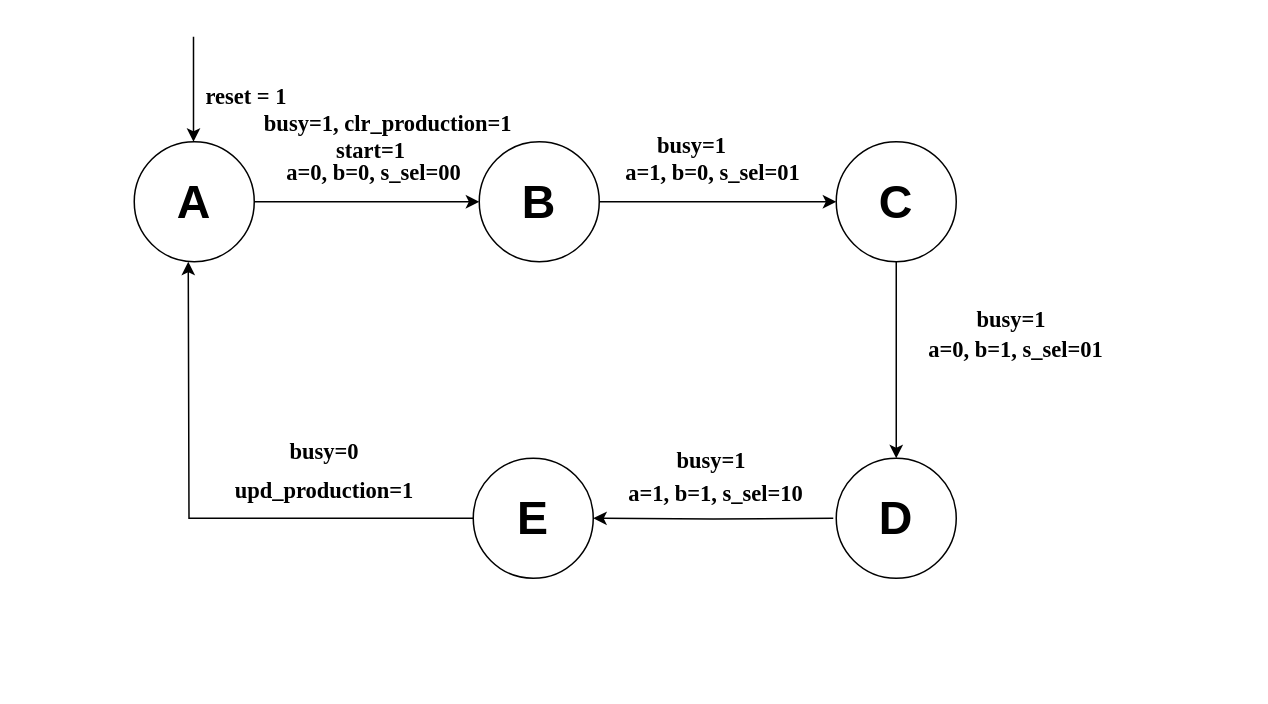
The draw.io diagram Untitled Diagram.drawio in YehonatanLA/digital_systems_sim2, before the edit. Source tidied: cells renumbered, new cells numbered last; positions are measured from the earlier drawing's top-left corner, leaving out a move shared by most shapes. Both pictures are drawn from the tidied source at 150%, with x=0, y=0 at pixel (126, 36).
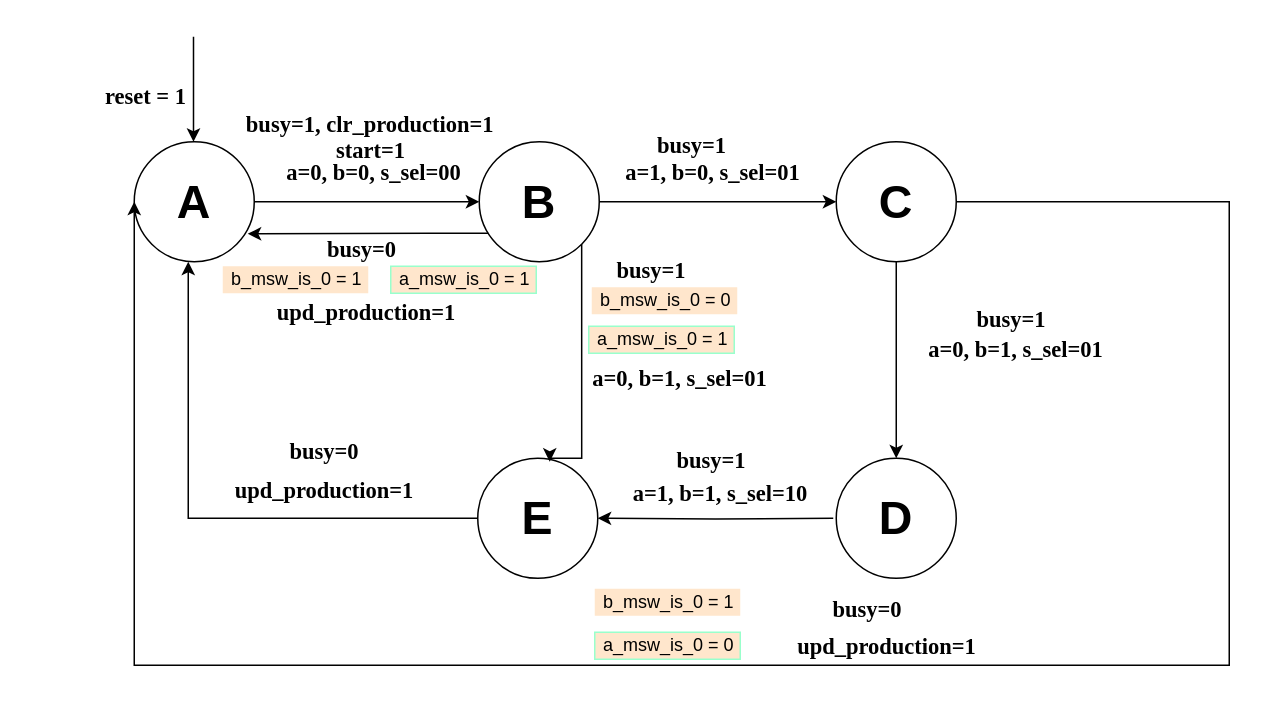
The same page after the edit.

Unchanged cells that the change refers to:
```xml
<mxCell id="6" value="&lt;h1 style=&quot;font-size: 31px&quot;&gt;A&lt;/h1&gt;" style="ellipse;whiteSpace=wrap;html=1;" parent="5" vertex="1">
  <mxGeometry width="80" height="80" as="geometry" />
</mxCell>
<mxCell id="15" value="&lt;h1 style=&quot;font-size: 31px&quot;&gt;B&lt;/h1&gt;" style="ellipse;whiteSpace=wrap;html=1;" parent="14" vertex="1">
  <mxGeometry width="80" height="80" as="geometry" />
</mxCell>
<mxCell id="26" value="&lt;h1 style=&quot;font-size: 31px&quot;&gt;E&lt;/h1&gt;" style="ellipse;whiteSpace=wrap;html=1;" parent="25" vertex="1">
  <mxGeometry width="80" height="80" as="geometry" />
</mxCell>
```

The edit, as a diff of the source:
```diff
@@
     <mxCell id="2" style="group;" parent="1" vertex="1">
-      <mxGeometry x="5" y="30" width="270" height="120" as="geometry" />
+      <mxGeometry x="5" y="30" width="270" height="192" as="geometry" />
     </mxCell>
@@
     <mxCell id="4" value="&lt;h1 style=&quot;font-size: 15px&quot;&gt;reset = 1&lt;/h1&gt;" style="text;html=1;strokeColor=none;fillColor=none;align=center;verticalAlign=middle;whiteSpace=wrap;rounded=0;fontFamily=Times New Roman;fontSize=31;rotation=0;" parent="2" vertex="1">
-      <mxGeometry x="-5" y="4" width="160" height="10" as="geometry" />
+      <mxGeometry x="-72" y="4" width="160" height="10" as="geometry" />
     </mxCell>
     <mxCell id="5" style="group;" parent="2" vertex="1">
-      <mxGeometry y="40" width="240" height="80" as="geometry" />
+      <mxGeometry y="40" width="240" height="152" as="geometry" />
     </mxCell>
@@
+    <mxCell id="34" value="a_msw_is_0 = 1" style="text;html=1;align=center;verticalAlign=middle;strokeColor=#99FFCC;fillColor=#ffe6cc;" parent="5" vertex="1">
+      <mxGeometry x="171" y="83" width="97" height="18" as="geometry" />
+    </mxCell>
+    <mxCell id="35" value="b_msw_is_0 = 1" style="text;html=1;align=center;verticalAlign=middle;strokeColor=none;fillColor=#ffe6cc;" parent="5" vertex="1">
+      <mxGeometry x="59" y="83" width="97" height="18" as="geometry" />
+    </mxCell>
+    <mxCell id="36" value="&lt;h1 style=&quot;font-size: 15px&quot;&gt;busy=0&lt;/h1&gt;" style="text;html=1;strokeColor=none;fillColor=none;align=center;verticalAlign=middle;whiteSpace=wrap;rounded=0;fontFamily=Times New Roman;fontSize=31;" parent="5" vertex="1">
+      <mxGeometry x="72" y="66" width="160" height="10" as="geometry" />
+    </mxCell>
+    <mxCell id="37" value="&lt;h1 style=&quot;font-size: 15px&quot;&gt;upd_production=1&lt;/h1&gt;" style="text;html=1;strokeColor=none;fillColor=none;align=center;verticalAlign=middle;whiteSpace=wrap;rounded=0;fontFamily=Times New Roman;fontSize=31;" parent="5" vertex="1">
+      <mxGeometry x="75" y="108" width="160" height="10" as="geometry" />
+    </mxCell>
     <mxCell id="9" value="&lt;h1 style=&quot;font-size: 15px&quot;&gt;busy=1, clr_production=1&lt;/h1&gt;" style="text;html=1;strokeColor=none;fillColor=none;align=center;verticalAlign=middle;whiteSpace=wrap;rounded=0;fontFamily=Times New Roman;fontSize=31;" parent="2" vertex="1">
-      <mxGeometry x="80" y="22" width="179" height="10" as="geometry" />
+      <mxGeometry x="68" y="23" width="179" height="10" as="geometry" />
     </mxCell>
@@
     <mxCell id="19" style="group;" parent="1" vertex="1">
-      <mxGeometry x="473" y="70" width="240" height="80" as="geometry" />
+      <mxGeometry x="473" y="12" width="240" height="80" as="geometry" />
     </mxCell>
     <mxCell id="20" value="&lt;h1 style=&quot;font-size: 31px&quot;&gt;C&lt;/h1&gt;" style="ellipse;whiteSpace=wrap;html=1;" parent="19" vertex="1">
-      <mxGeometry width="80" height="80" as="geometry" />
+      <mxGeometry y="58" width="80" height="80" as="geometry" />
     </mxCell>
@@
     <mxCell id="22" style="group;" parent="1" vertex="1">
-      <mxGeometry x="473" y="281" width="240" height="80" as="geometry" />
+      <mxGeometry x="473" y="223" width="240" height="80" as="geometry" />
     </mxCell>
     <mxCell id="23" value="&lt;h1 style=&quot;font-size: 31px&quot;&gt;D&lt;/h1&gt;" style="ellipse;whiteSpace=wrap;html=1;" parent="22" vertex="1">
-      <mxGeometry width="80" height="80" as="geometry" />
+      <mxGeometry y="58" width="80" height="80" as="geometry" />
     </mxCell>
@@
     <mxCell id="25" style="group;" parent="1" vertex="1">
-      <mxGeometry x="231" y="281" width="242" height="80" as="geometry" />
+      <mxGeometry x="234" y="281" width="242" height="80" as="geometry" />
     </mxCell>
@@
     <mxCell id="28" style="edgeStyle=orthogonalEdgeStyle;rounded=0;jettySize=auto;html=1;exitX=0;exitY=0.5;exitDx=0;exitDy=0;" parent="1" edge="1" source="26">
       <mxGeometry relative="1" as="geometry">
         <mxPoint x="41" y="150" as="targetPoint" />
+        <Array as="points">
+          <mxPoint x="41" y="321" />
+        </Array>
       </mxGeometry>
     </mxCell>
@@
+    <mxCell id="38" value="a_msw_is_0 = 1" style="text;html=1;align=center;verticalAlign=middle;strokeColor=#99FFCC;fillColor=#ffe6cc;" parent="1" vertex="1">
+      <mxGeometry x="308" y="193" width="97" height="18" as="geometry" />
+    </mxCell>
+    <mxCell id="39" value="b_msw_is_0 = 0" style="text;html=1;align=center;verticalAlign=middle;strokeColor=none;fillColor=#ffe6cc;" parent="1" vertex="1">
+      <mxGeometry x="310" y="167" width="97" height="18" as="geometry" />
+    </mxCell>
+    <mxCell id="40" style="edgeStyle=orthogonalEdgeStyle;rounded=0;jettySize=auto;html=1;exitX=1;exitY=1;exitDx=0;exitDy=0;entryX=0.6;entryY=0.029;entryDx=0;entryDy=0;entryPerimeter=0;" parent="1" edge="1" source="15" target="26">
+      <mxGeometry relative="1" as="geometry">
+        <Array as="points">
+          <mxPoint x="303" y="281" />
+          <mxPoint x="282" y="281" />
+        </Array>
+      </mxGeometry>
+    </mxCell>
+    <mxCell id="41" value="&lt;h1 style=&quot;font-size: 15px&quot;&gt;a=0, b=1, s_sel=01&lt;/h1&gt;" style="text;html=1;strokeColor=none;fillColor=none;align=center;verticalAlign=middle;whiteSpace=wrap;rounded=0;fontFamily=Times New Roman;fontSize=31;" parent="1" vertex="1">
+      <mxGeometry x="289" y="222" width="160" height="10" as="geometry" />
+    </mxCell>
+    <mxCell id="42" value="&lt;h1 style=&quot;font-size: 15px&quot;&gt;busy=1&lt;/h1&gt;" style="text;html=1;strokeColor=none;fillColor=none;align=center;verticalAlign=middle;whiteSpace=wrap;rounded=0;fontFamily=Times New Roman;fontSize=31;" parent="1" vertex="1">
+      <mxGeometry x="270" y="150" width="160" height="10" as="geometry" />
+    </mxCell>
+    <mxCell id="43" style="edgeStyle=orthogonalEdgeStyle;rounded=0;jettySize=auto;html=1;entryX=0.946;entryY=0.767;entryDx=0;entryDy=0;entryPerimeter=0;" parent="1" edge="1" source="15" target="6">
+      <mxGeometry relative="1" as="geometry">
+        <Array as="points">
+          <mxPoint x="202" y="131" />
+          <mxPoint x="202" y="131" />
+        </Array>
+      </mxGeometry>
+    </mxCell>
+    <mxCell id="44" style="edgeStyle=orthogonalEdgeStyle;rounded=0;jettySize=auto;html=1;entryX=0;entryY=0.5;entryDx=0;entryDy=0;" parent="1" edge="1" source="20" target="6">
+      <mxGeometry relative="1" as="geometry">
+        <Array as="points">
+          <mxPoint x="735" y="110" />
+          <mxPoint x="735" y="419" />
+          <mxPoint x="5" y="419" />
+        </Array>
+      </mxGeometry>
+    </mxCell>
+    <mxCell id="45" value="a_msw_is_0 = 0" style="text;html=1;align=center;verticalAlign=middle;strokeColor=#99FFCC;fillColor=#ffe6cc;" parent="1" vertex="1">
+      <mxGeometry x="312" y="397" width="97" height="18" as="geometry" />
+    </mxCell>
+    <mxCell id="46" value="b_msw_is_0 = 1" style="text;html=1;align=center;verticalAlign=middle;strokeColor=none;fillColor=#ffe6cc;" parent="1" vertex="1">
+      <mxGeometry x="312" y="368" width="97" height="18" as="geometry" />
+    </mxCell>
+    <mxCell id="47" value="&lt;h1 style=&quot;font-size: 15px&quot;&gt;busy=0&lt;/h1&gt;" style="text;html=1;strokeColor=none;fillColor=none;align=center;verticalAlign=middle;whiteSpace=wrap;rounded=0;fontFamily=Times New Roman;fontSize=31;" parent="1" vertex="1">
+      <mxGeometry x="414" y="376" width="160" height="10" as="geometry" />
+    </mxCell>
+    <mxCell id="48" value="&lt;h1 style=&quot;font-size: 15px&quot;&gt;upd_production=1&lt;/h1&gt;" style="text;html=1;strokeColor=none;fillColor=none;align=center;verticalAlign=middle;whiteSpace=wrap;rounded=0;fontFamily=Times New Roman;fontSize=31;" parent="1" vertex="1">
+      <mxGeometry x="427" y="401" width="160" height="10" as="geometry" />
+    </mxCell>
```
